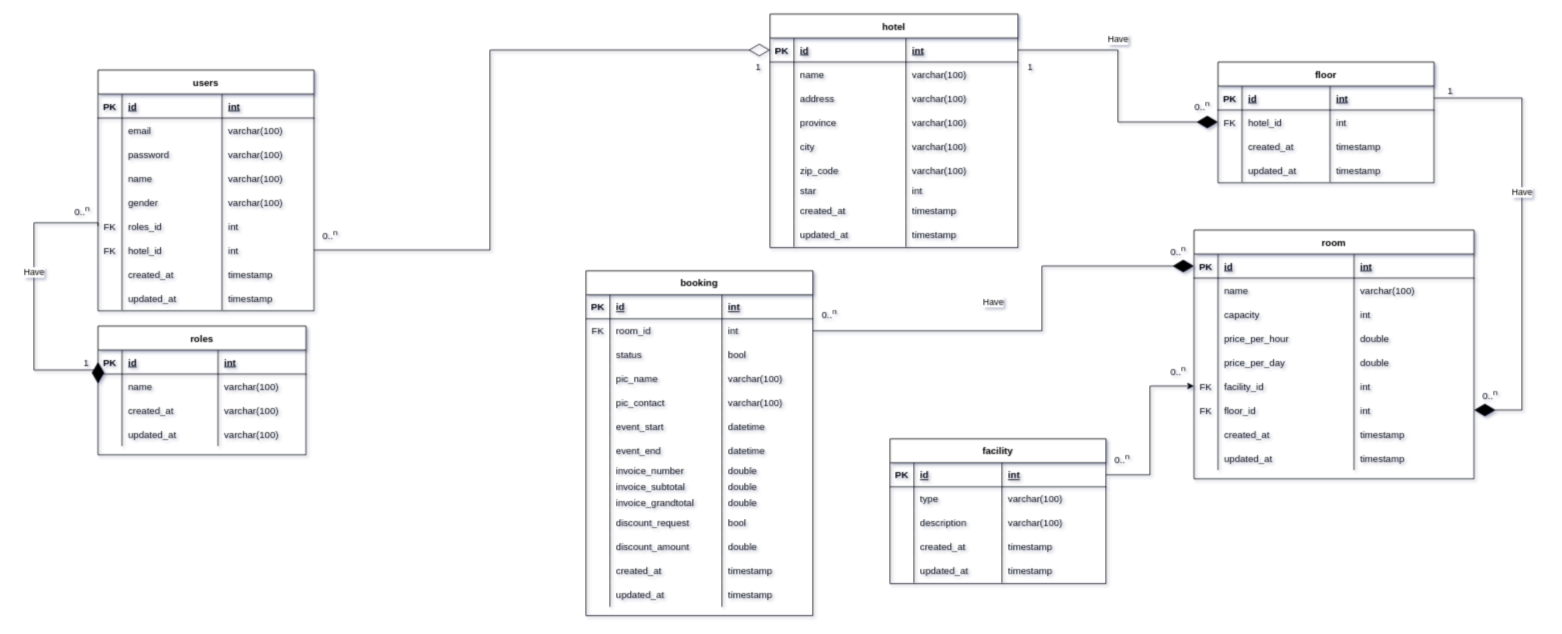
The draw.io diagram page "NEW ERD Master" (4 of 5) of entity_relationship_diagram/Booking_hotel.drawio in ariejanuarb/hotel_booking, before the edit. Source tidied: cells renumbered, new cells numbered last; positions are measured from the earlier drawing's top-left corner, leaving out a move shared by most shapes. Both pictures are drawn from the tidied source at 80%, with x=0, y=0 at pixel (34, 14).
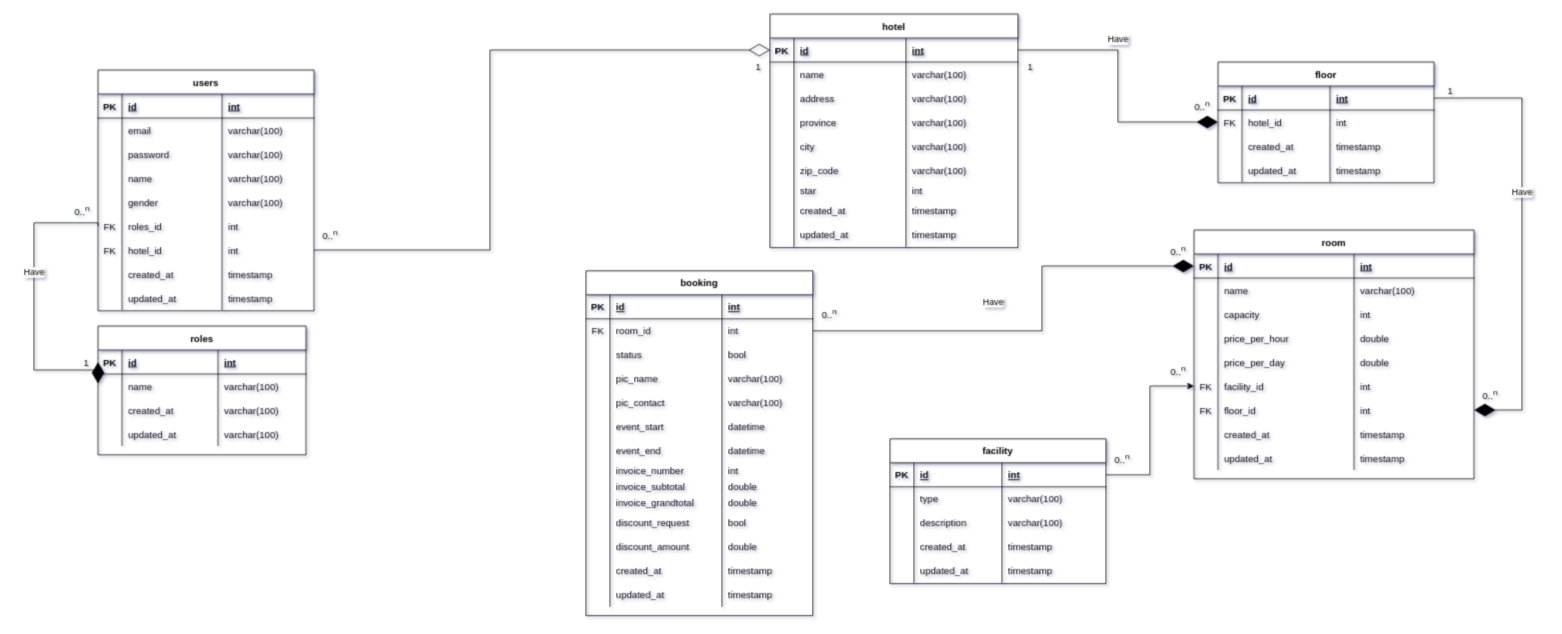
After the change.

Unchanged cells that the change refers to:
```xml
<mxCell id="189" style="shape=partialRectangle;fillColor=none;top=0;left=0;right=0;bottom=0;" parent="160" vertex="1">
  <mxGeometry y="240" width="283.6" height="20" as="geometry" />
</mxCell>
```

What changed in the source:
```diff
@@
-    <mxCell id="192" value="double" style="shape=partialRectangle;overflow=hidden;fillColor=none;top=0;left=0;bottom=0;right=0;align=left;spacingLeft=6;" parent="189" vertex="1">
+    <mxCell id="192" value="int" style="shape=partialRectangle;overflow=hidden;fillColor=none;top=0;left=0;bottom=0;right=0;align=left;spacingLeft=6;" parent="189" vertex="1">
       <mxGeometry x="170" width="113.6" height="20" as="geometry" />
     </mxCell>
```
